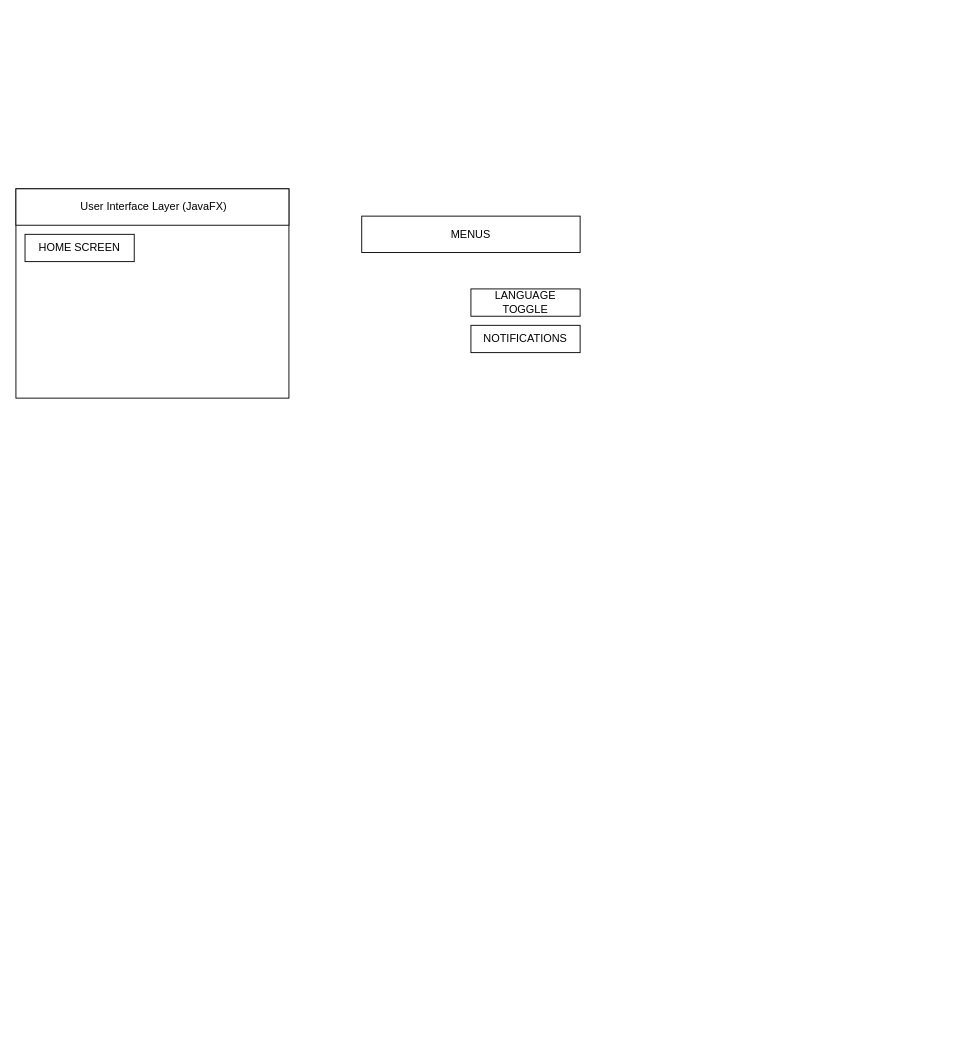
K-yo34/xoo keeps this draw.io diagram as Architecture Diagram.drawio. Above is the earlier version. Source tidied: cells renumbered, new cells numbered last; positions are measured from the earlier drawing's top-left corner, leaving out a move shared by most shapes. Both pictures are drawn from the tidied source at 91%, with x=0, y=0 at pixel (15, 188).
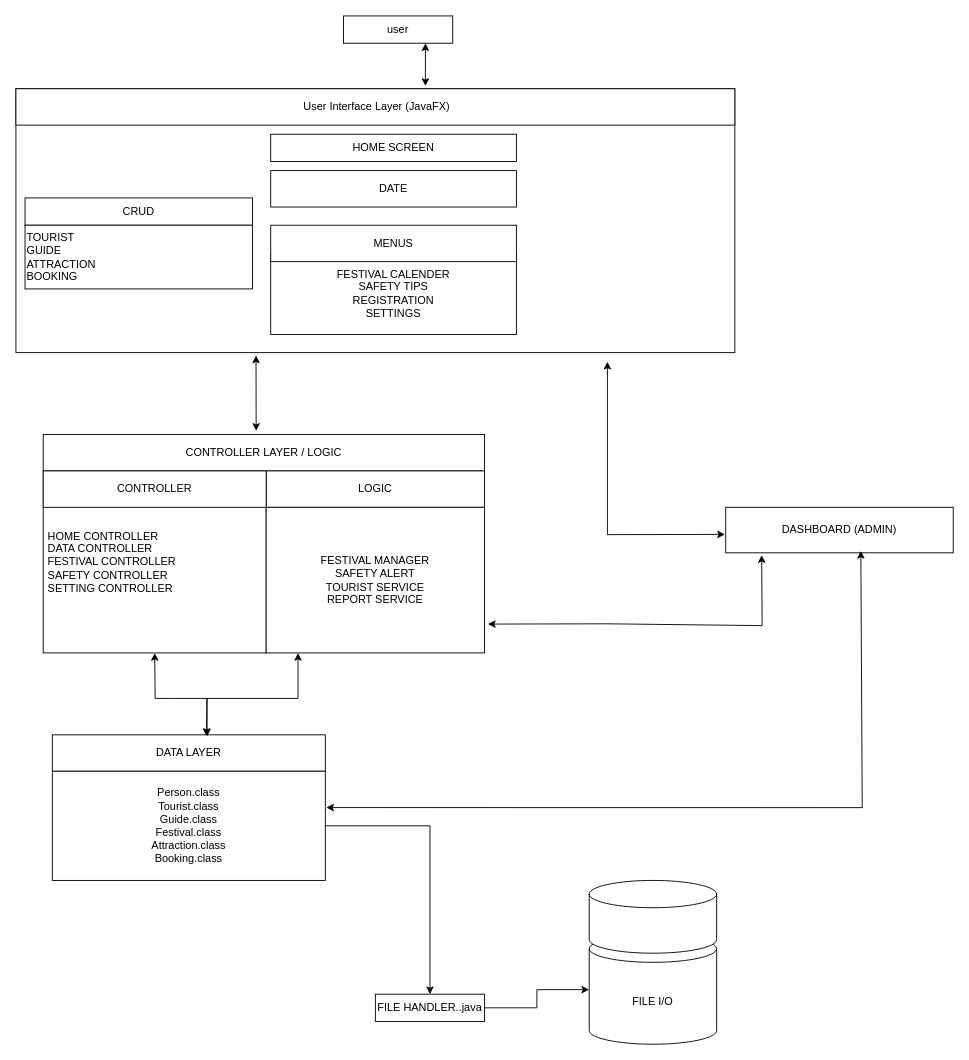
After the change.

The edit, as a diff of the source:
```diff
@@
     <mxCell id="2" style="rounded=0;whiteSpace=wrap;html=1;align=left;" parent="1" vertex="1">
-      <mxGeometry width="300" height="230" as="geometry" />
+      <mxGeometry y="-110" width="790" height="290" as="geometry" />
     </mxCell>
     <mxCell id="3" value="&amp;nbsp;User Interface Layer (JavaFX)" style="rounded=0;whiteSpace=wrap;html=1;" parent="1" vertex="1">
-      <mxGeometry width="300" height="40" as="geometry" />
+      <mxGeometry y="-110" width="790" height="40" as="geometry" />
     </mxCell>
     <mxCell id="4" value="HOME SCREEN" style="rounded=0;whiteSpace=wrap;html=1;" parent="1" vertex="1">
-      <mxGeometry x="10" y="50" width="120" height="30" as="geometry" />
+      <mxGeometry x="280" y="-60" width="270" height="30" as="geometry" />
     </mxCell>
-    <mxCell id="5" value="LANGUAGE&lt;br&gt;TOGGLE" style="rounded=0;whiteSpace=wrap;html=1;" parent="1" vertex="1">
-      <mxGeometry x="500" y="110" width="120" height="30" as="geometry" />
-    </mxCell>
-    <mxCell id="6" value="NOTIFICATIONS" style="rounded=0;whiteSpace=wrap;html=1;" parent="1" vertex="1">
-      <mxGeometry x="500" y="150" width="120" height="30" as="geometry" />
-    </mxCell>
+    <mxCell id="8" value="CRUD" style="rounded=0;whiteSpace=wrap;html=1;" parent="1" vertex="1">
+      <mxGeometry x="10" y="10" width="250" height="30" as="geometry" />
+    </mxCell>
+    <mxCell id="9" value="TOURIST&amp;nbsp;&lt;div&gt;GUIDE&lt;/div&gt;&lt;div&gt;ATTRACTION&lt;/div&gt;&lt;div&gt;BOOKING&lt;/div&gt;" style="rounded=0;whiteSpace=wrap;html=1;align=left;" parent="1" vertex="1">
+      <mxGeometry x="10" y="40" width="250" height="70" as="geometry" />
+    </mxCell>
+    <mxCell id="10" value="FESTIVAL CALENDER&lt;div&gt;SAFETY TIPS&lt;br&gt;REGISTRATION&lt;br&gt;SETTINGS&lt;/div&gt;" style="rounded=0;whiteSpace=wrap;html=1;" parent="1" vertex="1">
+      <mxGeometry x="280" y="70" width="270" height="90" as="geometry" />
+    </mxCell>
     <mxCell id="7" value="MENUS" style="rounded=0;whiteSpace=wrap;html=1;" parent="1" vertex="1">
-      <mxGeometry x="380" y="30" width="240" height="40" as="geometry" />
+      <mxGeometry x="280" y="40" width="270" height="40" as="geometry" />
     </mxCell>
+    <mxCell id="11" value="DATE" style="rounded=0;whiteSpace=wrap;html=1;" parent="1" vertex="1">
+      <mxGeometry x="280" y="-20" width="270" height="40" as="geometry" />
+    </mxCell>
+    <mxCell id="12" value="&amp;nbsp;HOME CONTROLLER&amp;nbsp;&lt;div&gt;&amp;nbsp;DATA CONTROLLER&lt;/div&gt;&lt;div&gt;&amp;nbsp;FESTIVAL CONTROLLER&lt;/div&gt;&lt;div&gt;&amp;nbsp;SAFETY CONTROLLER&lt;/div&gt;&lt;div&gt;&amp;nbsp;SETTING CONTROLLER&lt;/div&gt;" style="rounded=0;whiteSpace=wrap;html=1;verticalAlign=middle;align=left;" parent="1" vertex="1">
+      <mxGeometry x="30" y="310" width="245" height="200" as="geometry" />
+    </mxCell>
+    <mxCell id="13" value="CONTROLLER LAYER / LOGIC" style="rounded=0;whiteSpace=wrap;html=1;" parent="1" vertex="1">
+      <mxGeometry x="30" y="270" width="485" height="40" as="geometry" />
+    </mxCell>
+    <mxCell id="14" style="endArrow=classic;startArrow=classic;html=1;rounded=0;entryX=0.334;entryY=1.011;entryDx=0;entryDy=0;entryPerimeter=0;" parent="1" edge="1" target="2">
+      <mxGeometry relative="1" as="geometry">
+        <mxPoint x="264" y="266" as="sourcePoint" />
+      </mxGeometry>
+    </mxCell>
+    <mxCell id="15" value="LOGIC" style="rounded=0;whiteSpace=wrap;html=1;" parent="1" vertex="1">
+      <mxGeometry x="275" y="310" width="240" height="40" as="geometry" />
+    </mxCell>
+    <mxCell id="16" value="FESTIVAL MANAGER&lt;div&gt;SAFETY ALERT&lt;/div&gt;&lt;div&gt;TOURIST SERVICE&lt;/div&gt;&lt;div&gt;REPORT SERVICE&lt;/div&gt;" style="rounded=0;whiteSpace=wrap;html=1;" parent="1" vertex="1">
+      <mxGeometry x="275" y="350" width="240" height="160" as="geometry" />
+    </mxCell>
+    <mxCell id="17" value="CONTROLLER" style="rounded=0;whiteSpace=wrap;html=1;" parent="1" vertex="1">
+      <mxGeometry x="30" y="310" width="245" height="40" as="geometry" />
+    </mxCell>
+    <mxCell id="18" value="DATA LAYER" style="rounded=0;whiteSpace=wrap;html=1;" parent="1" vertex="1">
+      <mxGeometry x="40" y="600" width="300" height="40" as="geometry" />
+    </mxCell>
+    <mxCell id="19" style="edgeStyle=orthogonalEdgeStyle;rounded=0;jettySize=auto;html=1;" parent="1" edge="1" source="20" target="22">
+      <mxGeometry relative="1" as="geometry" />
+    </mxCell>
+    <mxCell id="20" value="Person.class&lt;div&gt;Tourist.class&lt;/div&gt;&lt;div&gt;Guide.class&lt;/div&gt;&lt;div&gt;Festival.class&lt;/div&gt;&lt;div&gt;Attraction.class&lt;/div&gt;&lt;div&gt;Booking.class&lt;/div&gt;" style="rounded=0;whiteSpace=wrap;html=1;" parent="1" vertex="1">
+      <mxGeometry x="40" y="640" width="300" height="120" as="geometry" />
+    </mxCell>
+    <mxCell id="21" style="edgeStyle=orthogonalEdgeStyle;rounded=0;jettySize=auto;html=1;" parent="1" edge="1" source="22" target="23">
+      <mxGeometry relative="1" as="geometry" />
+    </mxCell>
+    <mxCell id="22" value="FILE HANDLER..java" style="rounded=0;whiteSpace=wrap;html=1;" parent="1" vertex="1">
+      <mxGeometry x="395" y="885" width="120" height="30" as="geometry" />
+    </mxCell>
+    <mxCell id="23" value="FILE I/O" style="shape=cylinder3;whiteSpace=wrap;html=1;boundedLbl=1;backgroundOutline=1;size=15;" parent="1" vertex="1">
+      <mxGeometry x="630" y="820" width="140" height="120" as="geometry" />
+    </mxCell>
+    <mxCell id="24" style="endArrow=classic;startArrow=classic;html=1;rounded=0;exitX=0.567;exitY=0.045;exitDx=0;exitDy=0;exitPerimeter=0;entryX=0.5;entryY=1;entryDx=0;entryDy=0;" parent="1" edge="1" source="18" target="12">
+      <mxGeometry relative="1" as="geometry">
+        <Array as="points">
+          <mxPoint x="210" y="560" />
+          <mxPoint x="170" y="560" />
+          <mxPoint x="153" y="560" />
+        </Array>
+      </mxGeometry>
+    </mxCell>
+    <mxCell id="25" style="endArrow=classic;startArrow=classic;html=1;rounded=0;exitX=0.564;exitY=0.033;exitDx=0;exitDy=0;exitPerimeter=0;" parent="1" edge="1" source="18">
+      <mxGeometry relative="1" as="geometry">
+        <mxPoint x="310" y="510" as="targetPoint" />
+        <Array as="points">
+          <mxPoint x="210" y="560" />
+          <mxPoint x="310" y="560" />
+        </Array>
+      </mxGeometry>
+    </mxCell>
+    <mxCell id="26" value="user" style="rounded=0;whiteSpace=wrap;html=1;" parent="1" vertex="1">
+      <mxGeometry x="360" y="-190" width="120" height="30" as="geometry" />
+    </mxCell>
+    <mxCell id="27" style="endArrow=classic;startArrow=classic;html=1;rounded=0;entryX=0.75;entryY=1;entryDx=0;entryDy=0;" parent="1" edge="1" target="26">
+      <mxGeometry relative="1" as="geometry">
+        <mxPoint x="450" y="-113" as="sourcePoint" />
+      </mxGeometry>
+    </mxCell>
+    <mxCell id="28" value="DASHBOARD (ADMIN)" style="rounded=0;whiteSpace=wrap;html=1;" parent="1" vertex="1">
+      <mxGeometry x="780" y="350" width="250" height="50" as="geometry" />
+    </mxCell>
+    <mxCell id="29" style="shape=cylinder3;whiteSpace=wrap;html=1;boundedLbl=1;backgroundOutline=1;size=15;" parent="1" vertex="1">
+      <mxGeometry x="630" y="760" width="140" height="80" as="geometry" />
+    </mxCell>
+    <mxCell id="30" style="endArrow=classic;startArrow=classic;html=1;rounded=0;entryX=0.594;entryY=0.957;entryDx=0;entryDy=0;entryPerimeter=0;exitX=1.003;exitY=0.333;exitDx=0;exitDy=0;exitPerimeter=0;" parent="1" edge="1" source="20" target="28">
+      <mxGeometry relative="1" as="geometry">
+        <Array as="points">
+          <mxPoint x="930" y="680" />
+        </Array>
+      </mxGeometry>
+    </mxCell>
+    <mxCell id="31" style="endArrow=classic;startArrow=classic;html=1;rounded=0;entryX=-0.003;entryY=0.595;entryDx=0;entryDy=0;entryPerimeter=0;" parent="1" edge="1" target="28">
+      <mxGeometry relative="1" as="geometry">
+        <mxPoint x="650" y="190" as="sourcePoint" />
+        <Array as="points">
+          <mxPoint x="650" y="380" />
+        </Array>
+      </mxGeometry>
+    </mxCell>
+    <mxCell id="32" style="endArrow=classic;startArrow=classic;html=1;rounded=0;exitX=1.015;exitY=0.802;exitDx=0;exitDy=0;exitPerimeter=0;entryX=0.158;entryY=1.049;entryDx=0;entryDy=0;entryPerimeter=0;" parent="1" edge="1" source="16" target="28">
+      <mxGeometry relative="1" as="geometry">
+        <Array as="points">
+          <mxPoint x="650" y="478" />
+          <mxPoint x="820" y="480" />
+        </Array>
+      </mxGeometry>
+    </mxCell>
```
